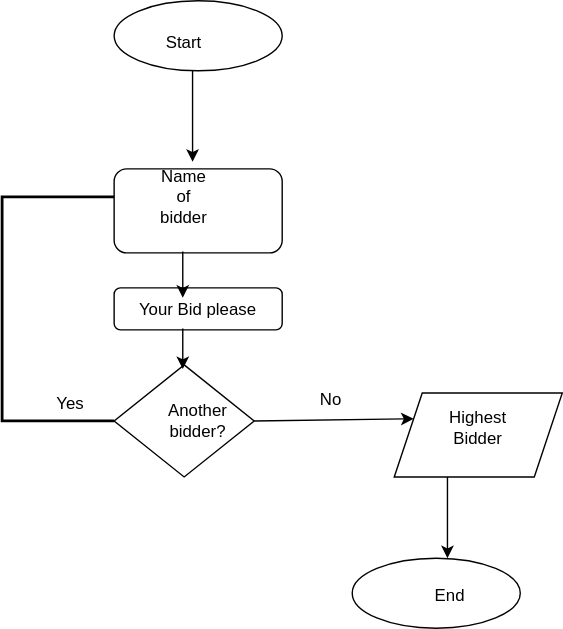
Above: Untitled Diagram.svg in effulgentstar/Draw-io (draw.io), before the change. Source tidied: cells renumbered, new cells last; positions are measured from the earlier drawing's top-left corner, leaving out a move shared by most shapes.
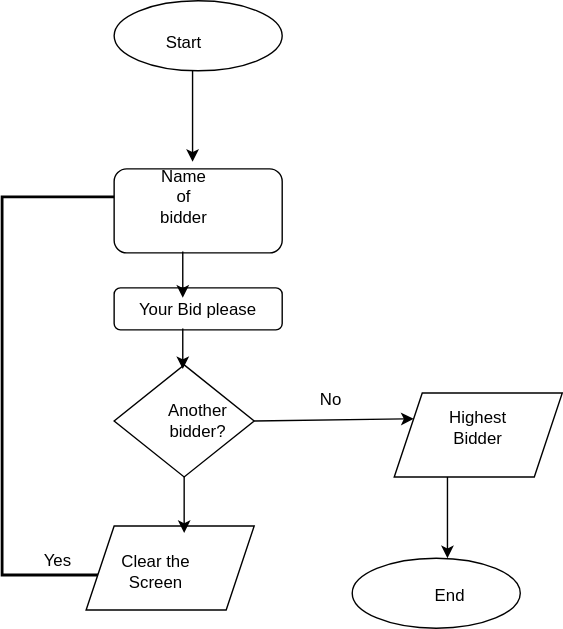
The same diagram one commit later.

What changed in the source:
```diff
@@ -48,10 +48,10 @@
       <mxGeometry x="215" y="275" width="40" height="20" as="geometry" />
     </mxCell>
     <mxCell id="15" style="strokeWidth=2;html=1;shape=mxgraph.flowchart.annotation_1;align=left;" parent="1" vertex="1">
-      <mxGeometry y="140" width="80" height="160" as="geometry" />
+      <mxGeometry y="140" width="80" height="270" as="geometry" />
     </mxCell>
     <mxCell id="16" value="Yes" style="text;html=1;strokeColor=none;fillColor=none;align=center;verticalAlign=middle;whiteSpace=wrap;rounded=0;" parent="1" vertex="1">
-      <mxGeometry x="29" y="278" width="40" height="20" as="geometry" />
+      <mxGeometry x="20" y="390" width="40" height="20" as="geometry" />
     </mxCell>
     <mxCell id="17" style="rounded=1;whiteSpace=wrap;html=1;" parent="1" vertex="1">
       <mxGeometry x="80" y="205" width="120" height="30" as="geometry" />
@@ -74,5 +74,16 @@
         <mxPoint x="129" y="263" as="targetPoint" />
       </mxGeometry>
     </mxCell>
+    <mxCell id="22" style="shape=parallelogram;perimeter=parallelogramPerimeter;whiteSpace=wrap;html=1;fixedSize=1;" parent="1" vertex="1">
+      <mxGeometry x="60" y="375" width="120" height="60" as="geometry" />
+    </mxCell>
+    <mxCell id="23" value="Clear the Screen" style="text;html=1;strokeColor=none;fillColor=none;align=center;verticalAlign=middle;whiteSpace=wrap;rounded=0;" parent="1" vertex="1">
+      <mxGeometry x="70" y="398" width="80" height="20" as="geometry" />
+    </mxCell>
+    <mxCell id="24" style="endArrow=classic;html=1;exitX=0.5;exitY=1;exitDx=0;exitDy=0;" parent="1" edge="1" source="6">
+      <mxGeometry relative="1" as="geometry">
+        <mxPoint x="130" y="380" as="targetPoint" />
+      </mxGeometry>
+    </mxCell>
   </root>
 </mxGraphModel>
```
